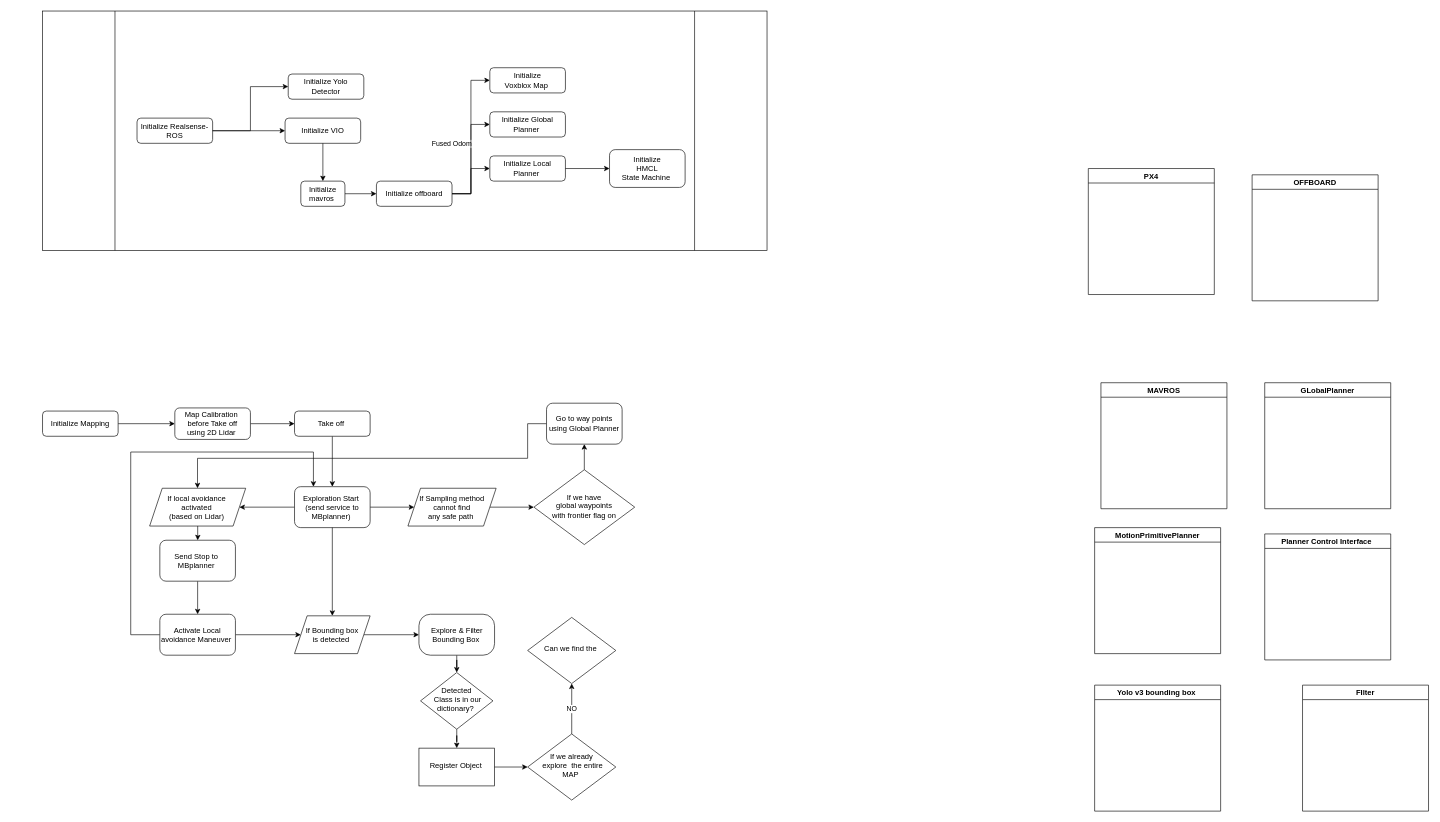
Earlier version of the draw.io diagram Untitled Diagram.drawio (amilearning/mavros_pkg). Source tidied: cells renumbered, new cells numbered last; positions are measured from the earlier drawing's top-left corner, leaving out a move shared by most shapes. Both pictures are drawn from the tidied source at 63%, with x=0, y=0 at pixel (42, 11).
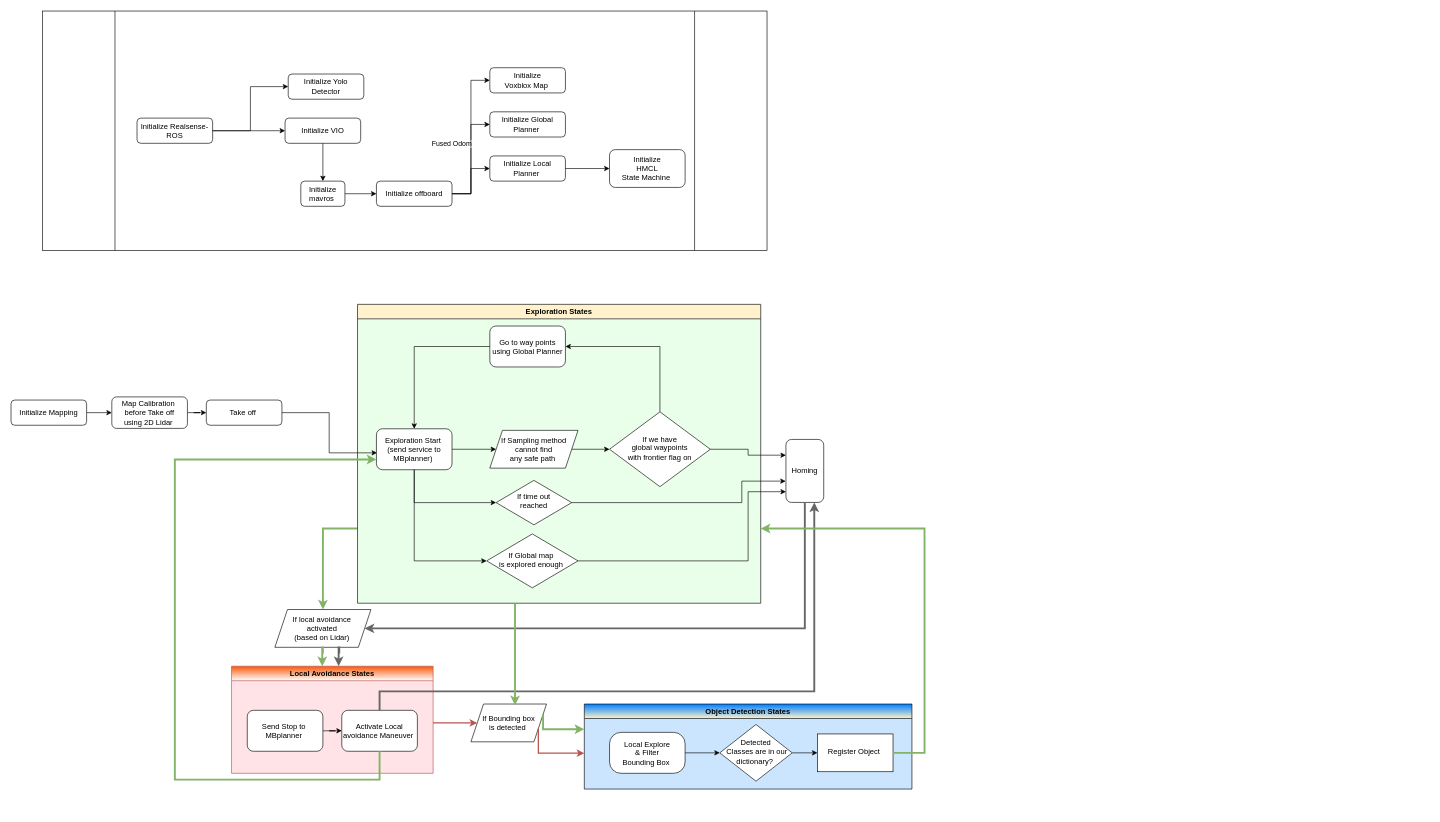
Above is the later version.

Change to the diagram source:
```diff
@@
+    <mxCell id="63" value="Local Avoidance States" style="swimlane;rounded=0;swimlaneFillColor=#FFE3E6;strokeColor=#b85450;gradientColor=#ffffff;fillColor=#F8590A;" parent="1" vertex="1">
+      <mxGeometry x="300" y="1040" width="320" height="170" as="geometry" />
+    </mxCell>
+    <mxCell id="40" style="edgeStyle=orthogonalEdgeStyle;rounded=0;jettySize=auto;html=1;" parent="63" edge="1" source="41" target="44">
+      <mxGeometry relative="1" as="geometry" />
+    </mxCell>
+    <mxCell id="41" value="Send Stop to&amp;nbsp;&lt;br&gt;MBplanner&amp;nbsp;" style="rounded=1;whiteSpace=wrap;html=1;fontSize=12;glass=0;strokeWidth=1;shadow=0;" parent="63" vertex="1">
+      <mxGeometry x="25" y="70" width="120" height="65" as="geometry" />
+    </mxCell>
+    <mxCell id="44" value="Activate Local avoidance Maneuver&amp;nbsp;" style="rounded=1;whiteSpace=wrap;html=1;fontSize=12;glass=0;strokeWidth=1;shadow=0;" parent="63" vertex="1">
+      <mxGeometry x="175" y="70" width="120" height="65" as="geometry" />
+    </mxCell>
+    <mxCell id="64" value="Object Detection States" style="swimlane;rounded=0;gradientColor=#FFF2CC;swimlaneFillColor=#CCE5FF;fillColor=#007FFF;" parent="1" vertex="1">
+      <mxGeometry x="860" y="1100" width="520" height="135" as="geometry" />
+    </mxCell>
+    <mxCell id="39" value="Detected&lt;br&gt;&amp;nbsp;Classes are in our dictionary?&amp;nbsp;" style="rhombus;whiteSpace=wrap;html=1;shadow=0;fontFamily=Helvetica;fontSize=12;align=center;strokeWidth=1;spacing=6;spacingTop=-4;" parent="64" vertex="1">
+      <mxGeometry x="215" y="32.5" width="115" height="90" as="geometry" />
+    </mxCell>
+    <mxCell id="50" style="edgeStyle=orthogonalEdgeStyle;rounded=0;jettySize=auto;html=1;" parent="64" edge="1" source="51" target="39">
+      <mxGeometry relative="1" as="geometry" />
+    </mxCell>
+    <mxCell id="51" value="Local Explore &lt;br&gt;&amp;amp; Filter&lt;br&gt;Bounding Box&amp;nbsp;" style="rounded=1;whiteSpace=wrap;html=1;fontSize=12;glass=0;strokeWidth=1;shadow=0;arcSize=28;" parent="64" vertex="1">
+      <mxGeometry x="40" y="45" width="120" height="65" as="geometry" />
+    </mxCell>
+    <mxCell id="52" value="Register Object&amp;nbsp;" style="whiteSpace=wrap;html=1;shadow=0;strokeWidth=1;spacing=6;spacingTop=-4;" parent="64" vertex="1">
+      <mxGeometry x="370" y="47.5" width="120" height="60" as="geometry" />
+    </mxCell>
+    <mxCell id="38" style="edgeStyle=orthogonalEdgeStyle;rounded=0;jettySize=auto;html=1;" parent="64" edge="1" source="39" target="52">
+      <mxGeometry relative="1" as="geometry" />
+    </mxCell>
+    <mxCell id="65" style="edgeStyle=orthogonalEdgeStyle;rounded=0;jettySize=auto;html=1;exitX=0;exitY=0.75;exitDx=0;exitDy=0;entryX=0.5;entryY=0;entryDx=0;entryDy=0;gradientColor=#97d077;fillColor=#d5e8d4;strokeColor=#82b366;endSize=6;strokeWidth=3;" parent="1" edge="1" source="66" target="49">
+      <mxGeometry relative="1" as="geometry" />
+    </mxCell>
+    <mxCell id="66" value="Exploration States" style="swimlane;rounded=0;fillColor=#FFF2CC;gradientColor=#FFF2CC;swimlaneFillColor=#EAFFE9;" parent="1" vertex="1">
+      <mxGeometry x="500" y="465.6" width="640" height="474.4" as="geometry" />
+    </mxCell>
+    <mxCell id="67" value="If time out &lt;br&gt;reached" style="rhombus;whiteSpace=wrap;html=1;shadow=0;fontFamily=Helvetica;fontSize=12;align=center;strokeWidth=1;spacing=6;spacingTop=-4;" parent="66" vertex="1">
+      <mxGeometry x="220" y="279.4" width="120" height="70.6" as="geometry" />
+    </mxCell>
+    <mxCell id="68" value="If Global map&amp;nbsp;&lt;br&gt;is explored enough&amp;nbsp;" style="rhombus;whiteSpace=wrap;html=1;shadow=0;fontFamily=Helvetica;fontSize=12;align=center;strokeWidth=1;spacing=6;spacingTop=-4;" parent="66" vertex="1">
+      <mxGeometry x="205" y="364.4" width="145" height="85.6" as="geometry" />
+    </mxCell>
@@
-    <mxCell id="9" value="PX4" style="swimlane;horizontal=0;rotation=90;" parent="1" vertex="1">
-      <mxGeometry x="1660" y="250" width="200" height="200" as="geometry" />
-    </mxCell>
-    <mxCell id="10" value="MAVROS" style="swimlane;horizontal=0;rotation=90;" parent="1" vertex="1">
-      <mxGeometry x="1680" y="590" width="200" height="200" as="geometry" />
-    </mxCell>
-    <mxCell id="11" value="OFFBOARD" style="swimlane;horizontal=0;rotation=90;" parent="1" vertex="1">
-      <mxGeometry x="1920" y="260" width="200" height="200" as="geometry" />
-    </mxCell>
-    <mxCell id="12" value="GLobalPlanner" style="swimlane;horizontal=0;rotation=90;" parent="1" vertex="1">
-      <mxGeometry x="1940" y="590" width="200" height="200" as="geometry" />
-    </mxCell>
-    <mxCell id="13" value="MotionPrimitivePlanner" style="swimlane;horizontal=0;rotation=90;" parent="1" vertex="1">
-      <mxGeometry x="1670" y="820" width="200" height="200" as="geometry" />
-    </mxCell>
-    <mxCell id="14" value="Planner Control Interface " style="swimlane;horizontal=0;rotation=90;" parent="1" vertex="1">
-      <mxGeometry x="1940" y="830" width="200" height="200" as="geometry" />
-    </mxCell>
-    <mxCell id="15" value="Yolo v3 bounding box " style="swimlane;horizontal=0;rotation=90;" parent="1" vertex="1">
-      <mxGeometry x="1670" y="1070" width="200" height="200" as="geometry" />
-    </mxCell>
-    <mxCell id="16" value="FIlter" style="swimlane;horizontal=0;rotation=90;" parent="1" vertex="1">
-      <mxGeometry x="2000" y="1070" width="200" height="200" as="geometry" />
-    </mxCell>
@@
     <mxCell id="30" value="Initialize Mapping" style="rounded=1;whiteSpace=wrap;html=1;fontSize=12;glass=0;strokeWidth=1;shadow=0;" parent="1" vertex="1">
-      <mxGeometry y="635" width="120" height="40" as="geometry" />
+      <mxGeometry x="-50" y="617.5" width="120" height="40" as="geometry" />
     </mxCell>
-    <mxCell id="31" style="edgeStyle=orthogonalEdgeStyle;rounded=0;jettySize=auto;html=1;" parent="1" edge="1" source="32" target="37">
+    <mxCell id="31" style="edgeStyle=orthogonalEdgeStyle;rounded=0;jettySize=auto;html=1;entryX=0.008;entryY=0.588;entryDx=0;entryDy=0;entryPerimeter=0;" parent="1" edge="1" source="32" target="37">
       <mxGeometry relative="1" as="geometry" />
     </mxCell>
     <mxCell id="32" value="Take off&amp;nbsp;" style="rounded=1;whiteSpace=wrap;html=1;fontSize=12;glass=0;strokeWidth=1;shadow=0;" parent="1" vertex="1">
-      <mxGeometry x="400" y="635" width="120" height="40" as="geometry" />
+      <mxGeometry x="260" y="617.5" width="120" height="40" as="geometry" />
     </mxCell>
@@
     <mxCell id="34" value="Map Calibration&amp;nbsp;&lt;br&gt;before Take off&lt;br&gt;using 2D Lidar&amp;nbsp;" style="rounded=1;whiteSpace=wrap;html=1;fontSize=12;glass=0;strokeWidth=1;shadow=0;" parent="1" vertex="1">
-      <mxGeometry x="210" y="630" width="120" height="50" as="geometry" />
+      <mxGeometry x="110" y="612.5" width="120" height="50" as="geometry" />
     </mxCell>
-    <mxCell id="35" style="edgeStyle=orthogonalEdgeStyle;rounded=0;jettySize=auto;html=1;entryX=1;entryY=0.5;entryDx=0;entryDy=0;" parent="1" edge="1" source="37" target="49">
-      <mxGeometry relative="1" as="geometry" />
-    </mxCell>
@@
     <mxCell id="37" value="Exploration Start&amp;nbsp;&lt;br&gt;(send service to MBplanner)&amp;nbsp;" style="rounded=1;whiteSpace=wrap;html=1;fontSize=12;glass=0;strokeWidth=1;shadow=0;" parent="1" vertex="1">
-      <mxGeometry x="400" y="755" width="120" height="65" as="geometry" />
+      <mxGeometry x="530" y="663.1" width="120" height="65" as="geometry" />
     </mxCell>
-    <mxCell id="38" style="edgeStyle=orthogonalEdgeStyle;rounded=0;jettySize=auto;html=1;" parent="1" edge="1" source="39" target="52">
-      <mxGeometry relative="1" as="geometry" />
-    </mxCell>
-    <mxCell id="39" value="Detected&lt;br&gt;&amp;nbsp;Class is in our dictionary?&amp;nbsp;" style="rhombus;whiteSpace=wrap;html=1;shadow=0;fontFamily=Helvetica;fontSize=12;align=center;strokeWidth=1;spacing=6;spacingTop=-4;" parent="1" vertex="1">
-      <mxGeometry x="600" y="1050" width="115" height="90" as="geometry" />
-    </mxCell>
-    <mxCell id="40" style="edgeStyle=orthogonalEdgeStyle;rounded=0;jettySize=auto;html=1;exitX=0.5;exitY=1;exitDx=0;exitDy=0;" parent="1" edge="1" source="41" target="44">
-      <mxGeometry relative="1" as="geometry" />
-    </mxCell>
-    <mxCell id="41" value="Send Stop to&amp;nbsp;&lt;br&gt;MBplanner&amp;nbsp;" style="rounded=1;whiteSpace=wrap;html=1;fontSize=12;glass=0;strokeWidth=1;shadow=0;" parent="1" vertex="1">
-      <mxGeometry x="186.2" y="840" width="120" height="65" as="geometry" />
-    </mxCell>
-    <mxCell id="42" style="edgeStyle=orthogonalEdgeStyle;rounded=0;jettySize=auto;html=1;entryX=0.25;entryY=0;entryDx=0;entryDy=0;exitX=0;exitY=0.5;exitDx=0;exitDy=0;" parent="1" edge="1" source="44" target="37">
-      <mxGeometry relative="1" as="geometry">
-        <Array as="points">
-          <mxPoint x="140" y="990" />
-          <mxPoint x="140" y="700" />
-          <mxPoint x="430" y="700" />
-        </Array>
-      </mxGeometry>
-    </mxCell>
-    <mxCell id="43" style="edgeStyle=orthogonalEdgeStyle;rounded=0;jettySize=auto;html=1;entryX=0;entryY=0.5;entryDx=0;entryDy=0;" parent="1" edge="1" source="44" target="47">
-      <mxGeometry relative="1" as="geometry" />
-    </mxCell>
-    <mxCell id="44" value="Activate Local avoidance Maneuver&amp;nbsp;" style="rounded=1;whiteSpace=wrap;html=1;fontSize=12;glass=0;strokeWidth=1;shadow=0;" parent="1" vertex="1">
-      <mxGeometry x="186.2" y="957.5" width="120" height="65" as="geometry" />
-    </mxCell>
-    <mxCell id="45" style="edgeStyle=orthogonalEdgeStyle;rounded=0;jettySize=auto;html=1;exitX=0.5;exitY=1;exitDx=0;exitDy=0;entryX=0.5;entryY=0;entryDx=0;entryDy=0;" parent="1" edge="1" source="37" target="47">
-      <mxGeometry relative="1" as="geometry" />
-    </mxCell>
-    <mxCell id="46" style="edgeStyle=orthogonalEdgeStyle;rounded=0;jettySize=auto;html=1;" parent="1" edge="1" source="47" target="51">
-      <mxGeometry relative="1" as="geometry" />
-    </mxCell>
-    <mxCell id="47" value="&lt;span&gt;If Bounding box&lt;/span&gt;&lt;br&gt;&lt;span&gt;is detected&amp;nbsp;&lt;/span&gt;" style="shape=parallelogram;perimeter=parallelogramPerimeter;whiteSpace=wrap;html=1;fixedSize=1;" parent="1" vertex="1">
-      <mxGeometry x="400" y="960" width="120" height="60" as="geometry" />
-    </mxCell>
-    <mxCell id="48" style="edgeStyle=orthogonalEdgeStyle;rounded=0;jettySize=auto;html=1;entryX=0.5;entryY=0;entryDx=0;entryDy=0;" parent="1" edge="1" source="49" target="41">
-      <mxGeometry relative="1" as="geometry" />
-    </mxCell>
-    <mxCell id="49" value="If local avoidance&amp;nbsp;&lt;br&gt;activated&amp;nbsp;&lt;br&gt;(based on Lidar)&amp;nbsp;" style="shape=parallelogram;perimeter=parallelogramPerimeter;whiteSpace=wrap;html=1;fixedSize=1;" parent="1" vertex="1">
-      <mxGeometry x="170" y="757.5" width="152.5" height="60" as="geometry" />
-    </mxCell>
-    <mxCell id="50" style="edgeStyle=orthogonalEdgeStyle;rounded=0;jettySize=auto;html=1;" parent="1" edge="1" source="51" target="39">
-      <mxGeometry relative="1" as="geometry" />
-    </mxCell>
-    <mxCell id="51" value="Explore &amp;amp; Filter&lt;br&gt;Bounding Box&amp;nbsp;" style="rounded=1;whiteSpace=wrap;html=1;fontSize=12;glass=0;strokeWidth=1;shadow=0;arcSize=28;" parent="1" vertex="1">
-      <mxGeometry x="597.5" y="957.5" width="120" height="65" as="geometry" />
-    </mxCell>
-    <mxCell id="52" value="Register Object&amp;nbsp;" style="whiteSpace=wrap;html=1;shadow=0;strokeWidth=1;spacing=6;spacingTop=-4;" parent="1" vertex="1">
-      <mxGeometry x="597.5" y="1170" width="120" height="60" as="geometry" />
-    </mxCell>
-    <mxCell id="53" style="edgeStyle=orthogonalEdgeStyle;rounded=0;jettySize=auto;html=1;exitX=1;exitY=0.5;exitDx=0;exitDy=0;entryX=0;entryY=0.5;entryDx=0;entryDy=0;" parent="1" edge="1" source="52" target="55">
-      <mxGeometry relative="1" as="geometry" />
-    </mxCell>
-    <mxCell id="54" value="NO" style="edgeStyle=orthogonalEdgeStyle;rounded=0;jettySize=auto;html=1;" parent="1" edge="1" source="55" target="56">
-      <mxGeometry relative="1" as="geometry" />
-    </mxCell>
-    <mxCell id="55" value="If we already&lt;br&gt;&amp;nbsp;explore&amp;nbsp; the entire MAP&amp;nbsp;" style="rhombus;whiteSpace=wrap;html=1;shadow=0;fontFamily=Helvetica;fontSize=12;align=center;strokeWidth=1;spacing=6;spacingTop=-4;" parent="1" vertex="1">
-      <mxGeometry x="770" y="1147.5" width="140" height="105" as="geometry" />
-    </mxCell>
-    <mxCell id="56" value="Can we find the&amp;nbsp;&lt;br&gt;" style="rhombus;whiteSpace=wrap;html=1;shadow=0;fontFamily=Helvetica;fontSize=12;align=center;strokeWidth=1;spacing=6;spacingTop=-4;" parent="1" vertex="1">
-      <mxGeometry x="770" y="962.5" width="140" height="105" as="geometry" />
-    </mxCell>
@@
     <mxCell id="58" value="If Sampling method cannot find &lt;br&gt;any safe path&amp;nbsp;" style="shape=parallelogram;perimeter=parallelogramPerimeter;whiteSpace=wrap;html=1;fixedSize=1;" parent="1" vertex="1">
-      <mxGeometry x="580" y="757.5" width="140" height="60" as="geometry" />
+      <mxGeometry x="710" y="665.6" width="140" height="60" as="geometry" />
     </mxCell>
-    <mxCell id="59" style="edgeStyle=orthogonalEdgeStyle;rounded=0;jettySize=auto;html=1;" parent="1" edge="1" source="60" target="62">
-      <mxGeometry relative="1" as="geometry" />
+    <mxCell id="59" style="edgeStyle=orthogonalEdgeStyle;rounded=0;jettySize=auto;html=1;entryX=1;entryY=0.5;entryDx=0;entryDy=0;" parent="1" edge="1" source="60" target="62">
+      <mxGeometry relative="1" as="geometry">
+        <Array as="points">
+          <mxPoint x="980" y="533" />
+        </Array>
+      </mxGeometry>
     </mxCell>
+    <mxCell id="69" style="edgeStyle=orthogonalEdgeStyle;rounded=0;jettySize=auto;html=1;entryX=0;entryY=0.25;entryDx=0;entryDy=0;" parent="1" edge="1" source="60" target="73">
+      <mxGeometry relative="1" as="geometry" />
+    </mxCell>
     <mxCell id="60" value="If we have &lt;br&gt;global waypoints &lt;br&gt;with frontier flag on" style="rhombus;whiteSpace=wrap;html=1;shadow=0;fontFamily=Helvetica;fontSize=12;align=center;strokeWidth=1;spacing=6;spacingTop=-4;" parent="1" vertex="1">
-      <mxGeometry x="780" y="728.1" width="160" height="118.8" as="geometry" />
+      <mxGeometry x="900" y="636.2" width="160" height="118.8" as="geometry" />
     </mxCell>
-    <mxCell id="61" style="edgeStyle=orthogonalEdgeStyle;rounded=0;jettySize=auto;html=1;exitX=0;exitY=0.5;exitDx=0;exitDy=0;" parent="1" edge="1" source="62" target="49">
-      <mxGeometry relative="1" as="geometry">
-        <Array as="points">
-          <mxPoint x="770" y="655" />
-          <mxPoint x="770" y="710" />
-          <mxPoint x="246" y="710" />
-        </Array>
-      </mxGeometry>
-    </mxCell>
     <mxCell id="62" value="Go to way points using Global Planner" style="rounded=1;whiteSpace=wrap;html=1;fontSize=12;glass=0;strokeWidth=1;shadow=0;" parent="1" vertex="1">
-      <mxGeometry x="800" y="622.5" width="120" height="65" as="geometry" />
+      <mxGeometry x="710" y="500" width="120" height="65" as="geometry" />
     </mxCell>
+    <mxCell id="70" style="edgeStyle=orthogonalEdgeStyle;rounded=0;jettySize=auto;html=1;exitX=0;exitY=0.5;exitDx=0;exitDy=0;" parent="1" edge="1" source="62" target="37">
+      <mxGeometry relative="1" as="geometry" />
+    </mxCell>
+    <mxCell id="71" style="edgeStyle=orthogonalEdgeStyle;rounded=0;jettySize=auto;html=1;exitX=0.5;exitY=1;exitDx=0;exitDy=0;entryX=0;entryY=0.5;entryDx=0;entryDy=0;" parent="1" edge="1" source="37" target="67">
+      <mxGeometry relative="1" as="geometry" />
+    </mxCell>
+    <mxCell id="72" style="edgeStyle=orthogonalEdgeStyle;rounded=0;jettySize=auto;html=1;entryX=-0.006;entryY=0.662;entryDx=0;entryDy=0;entryPerimeter=0;exitX=1;exitY=0.5;exitDx=0;exitDy=0;" parent="1" edge="1" source="67" target="73">
+      <mxGeometry relative="1" as="geometry">
+        <Array as="points">
+          <mxPoint x="1110" y="780" />
+          <mxPoint x="1110" y="746" />
+        </Array>
+      </mxGeometry>
+    </mxCell>
+    <mxCell id="73" value="Homing" style="rounded=1;whiteSpace=wrap;html=1;fontSize=12;glass=0;strokeWidth=1;shadow=0;" parent="1" vertex="1">
+      <mxGeometry x="1180" y="680" width="60" height="100" as="geometry" />
+    </mxCell>
+    <mxCell id="42" style="edgeStyle=orthogonalEdgeStyle;rounded=0;jettySize=auto;html=1;entryX=0;entryY=0.75;entryDx=0;entryDy=0;exitX=0.5;exitY=1;exitDx=0;exitDy=0;gradientColor=#97d077;fillColor=#d5e8d4;strokeColor=#82b366;endSize=6;strokeWidth=3;" parent="1" edge="1" source="44" target="37">
+      <mxGeometry relative="1" as="geometry">
+        <Array as="points">
+          <mxPoint x="535" y="1220" />
+          <mxPoint x="210" y="1220" />
+          <mxPoint x="210" y="712" />
+        </Array>
+      </mxGeometry>
+    </mxCell>
+    <mxCell id="74" style="edgeStyle=orthogonalEdgeStyle;rounded=0;jettySize=auto;html=1;entryX=0;entryY=0.5;entryDx=0;entryDy=0;strokeColor=#b85450;fillColor=#f8cecc;strokeWidth=2;" parent="1" edge="1" source="63" target="47">
+      <mxGeometry relative="1" as="geometry">
+        <Array as="points">
+          <mxPoint x="670" y="1130" />
+          <mxPoint x="670" y="1130" />
+        </Array>
+      </mxGeometry>
+    </mxCell>
+    <mxCell id="49" value="If local avoidance&amp;nbsp;&lt;br&gt;activated&amp;nbsp;&lt;br&gt;(based on Lidar)&amp;nbsp;" style="shape=parallelogram;perimeter=parallelogramPerimeter;whiteSpace=wrap;html=1;fixedSize=1;" parent="1" vertex="1">
+      <mxGeometry x="368.8" y="950" width="152.5" height="60" as="geometry" />
+    </mxCell>
+    <mxCell id="47" value="&lt;span&gt;If Bounding box&lt;/span&gt;&lt;br&gt;&lt;span&gt;is detected&amp;nbsp;&lt;/span&gt;" style="shape=parallelogram;perimeter=parallelogramPerimeter;whiteSpace=wrap;html=1;fixedSize=1;" parent="1" vertex="1">
+      <mxGeometry x="680" y="1100" width="120" height="60" as="geometry" />
+    </mxCell>
+    <mxCell id="75" style="edgeStyle=orthogonalEdgeStyle;rounded=0;jettySize=auto;html=1;exitX=0.5;exitY=1;exitDx=0;exitDy=0;entryX=0;entryY=0.5;entryDx=0;entryDy=0;" parent="1" edge="1" source="37" target="68">
+      <mxGeometry relative="1" as="geometry" />
+    </mxCell>
+    <mxCell id="76" style="edgeStyle=orthogonalEdgeStyle;rounded=0;jettySize=auto;html=1;exitX=1;exitY=0.5;exitDx=0;exitDy=0;entryX=0;entryY=0.83;entryDx=0;entryDy=0;entryPerimeter=0;" parent="1" edge="1" source="68" target="73">
+      <mxGeometry relative="1" as="geometry">
+        <Array as="points">
+          <mxPoint x="1120" y="873" />
+          <mxPoint x="1120" y="763" />
+        </Array>
+      </mxGeometry>
+    </mxCell>
+    <mxCell id="77" style="edgeStyle=orthogonalEdgeStyle;rounded=0;orthogonalLoop=1;jettySize=auto;html=1;exitX=0.5;exitY=1;exitDx=0;exitDy=0;gradientColor=#97d077;fillColor=#d5e8d4;strokeColor=#82b366;endSize=6;strokeWidth=3;" parent="1" edge="1">
+      <mxGeometry relative="1" as="geometry">
+        <mxPoint x="445" y="1020" as="sourcePoint" />
+        <mxPoint x="444" y="1040" as="targetPoint" />
+        <Array as="points">
+          <mxPoint x="445" y="1010" />
+          <mxPoint x="444" y="1010" />
+        </Array>
+      </mxGeometry>
+    </mxCell>
+    <mxCell id="78" style="edgeStyle=orthogonalEdgeStyle;rounded=0;orthogonalLoop=1;jettySize=auto;html=1;exitX=0.5;exitY=1;exitDx=0;exitDy=0;fillColor=#f5f5f5;strokeColor=#666666;endSize=6;strokeWidth=3;" parent="1" edge="1">
+      <mxGeometry relative="1" as="geometry">
+        <mxPoint x="471" y="1020" as="sourcePoint" />
+        <mxPoint x="470" y="1040" as="targetPoint" />
+        <Array as="points">
+          <mxPoint x="471" y="1010" />
+          <mxPoint x="470" y="1010" />
+        </Array>
+      </mxGeometry>
+    </mxCell>
+    <mxCell id="79" style="edgeStyle=orthogonalEdgeStyle;rounded=0;jettySize=auto;html=1;exitX=0.5;exitY=1;exitDx=0;exitDy=0;fillColor=#f5f5f5;strokeColor=#666666;endSize=6;strokeWidth=3;entryX=1;entryY=0.5;entryDx=0;entryDy=0;" parent="1" edge="1" source="73" target="49">
+      <mxGeometry relative="1" as="geometry">
+        <Array as="points">
+          <mxPoint x="1210" y="980" />
+        </Array>
+      </mxGeometry>
+    </mxCell>
+    <mxCell id="80" style="edgeStyle=orthogonalEdgeStyle;rounded=0;jettySize=auto;html=1;fillColor=#f5f5f5;strokeColor=#666666;endSize=6;strokeWidth=3;entryX=0.75;entryY=1;entryDx=0;entryDy=0;" parent="1" edge="1" source="44" target="73">
+      <mxGeometry relative="1" as="geometry">
+        <Array as="points">
+          <mxPoint x="535" y="1080" />
+          <mxPoint x="1225" y="1080" />
+        </Array>
+      </mxGeometry>
+    </mxCell>
+    <mxCell id="81" style="edgeStyle=orthogonalEdgeStyle;rounded=0;jettySize=auto;html=1;entryX=0.583;entryY=0.033;entryDx=0;entryDy=0;strokeColor=#82b366;fillColor=#d5e8d4;entryPerimeter=0;strokeWidth=3;" parent="1" edge="1" target="47">
+      <mxGeometry relative="1" as="geometry">
+        <mxPoint x="750" y="990" as="sourcePoint" />
+        <Array as="points">
+          <mxPoint x="750" y="940" />
+        </Array>
+      </mxGeometry>
+    </mxCell>
+    <mxCell id="82" style="edgeStyle=orthogonalEdgeStyle;rounded=0;jettySize=auto;html=1;strokeColor=#b85450;fillColor=#f8cecc;strokeWidth=2;" parent="1" edge="1" source="47">
+      <mxGeometry relative="1" as="geometry">
+        <mxPoint x="860" y="1178" as="targetPoint" />
+        <Array as="points">
+          <mxPoint x="787" y="1178" />
+        </Array>
+      </mxGeometry>
+    </mxCell>
+    <mxCell id="83" style="edgeStyle=orthogonalEdgeStyle;rounded=0;jettySize=auto;html=1;entryX=1;entryY=0.75;entryDx=0;entryDy=0;strokeColor=#82b366;fillColor=#d5e8d4;exitX=1;exitY=0.5;exitDx=0;exitDy=0;strokeWidth=3;" parent="1" edge="1" source="52" target="66">
+      <mxGeometry relative="1" as="geometry">
+        <Array as="points">
+          <mxPoint x="1400" y="1178" />
+          <mxPoint x="1400" y="821" />
+        </Array>
+      </mxGeometry>
+    </mxCell>
+    <mxCell id="84" style="edgeStyle=orthogonalEdgeStyle;rounded=0;jettySize=auto;html=1;strokeColor=#82b366;fillColor=#d5e8d4;exitX=1;exitY=0.25;exitDx=0;exitDy=0;strokeWidth=3;" parent="1" edge="1" source="47">
+      <mxGeometry relative="1" as="geometry">
+        <mxPoint x="860" y="1140" as="targetPoint" />
+        <Array as="points">
+          <mxPoint x="795" y="1140" />
+        </Array>
+      </mxGeometry>
+    </mxCell>
```
